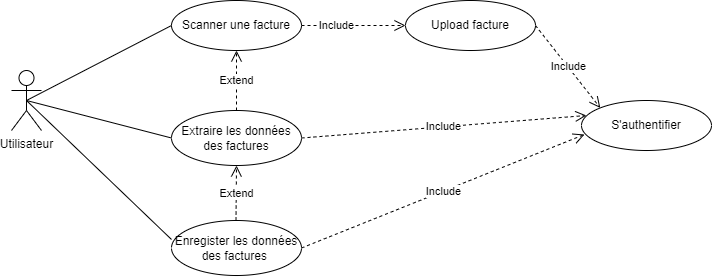
weda-mossab/PFE keeps this draw.io diagram as Conception/Sprint 3/usecase sprint 3.drawio.png. Above is the earlier version. Source tidied: cells renumbered, new cells last; positions are measured from the earlier drawing's top-left corner, leaving out a move shared by most shapes.
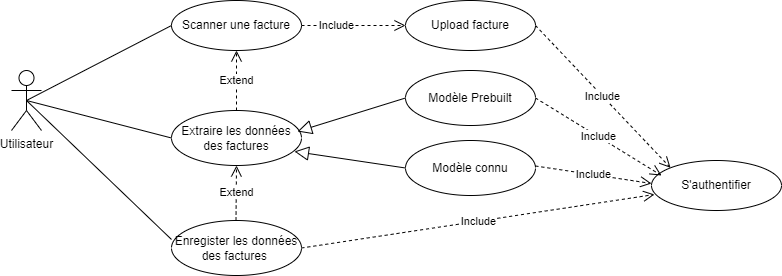
After the change.

The edit, as a diff of the source:
```diff
@@ -24,14 +24,11 @@
       <mxGeometry relative="1" as="geometry" />
     </mxCell>
     <mxCell id="9" value="S'authentifier" style="ellipse;whiteSpace=wrap;html=1;" parent="1" vertex="1">
-      <mxGeometry x="570" y="100" width="130" height="50" as="geometry" />
+      <mxGeometry x="640" y="160" width="130" height="50" as="geometry" />
     </mxCell>
     <mxCell id="10" value="Include" style="endArrow=open;endSize=9;dashed=1;html=1;rounded=0;endFill=0;entryX=0;entryY=0;entryDx=0;entryDy=0;exitX=1;exitY=0.5;exitDx=0;exitDy=0;startSize=1;" parent="1" edge="1" source="13" target="9">
       <mxGeometry relative="1" as="geometry" />
     </mxCell>
-    <mxCell id="11" value="Include" style="endArrow=open;endSize=9;dashed=1;html=1;rounded=0;endFill=0;exitX=1;exitY=0.5;exitDx=0;exitDy=0;entryX=0.038;entryY=0.3;entryDx=0;entryDy=0;entryPerimeter=0;startSize=1;" parent="1" edge="1" source="4" target="9">
-      <mxGeometry relative="1" as="geometry" />
-    </mxCell>
     <mxCell id="12" value="Include" style="endArrow=open;endSize=9;dashed=1;html=1;rounded=0;endFill=0;exitX=1;exitY=0.5;exitDx=0;exitDy=0;entryX=0.023;entryY=0.68;entryDx=0;entryDy=0;entryPerimeter=0;startSize=1;" parent="1" edge="1" source="5" target="9">
       <mxGeometry relative="1" as="geometry" />
     </mxCell>
@@ -52,5 +49,26 @@
         <mxPoint x="224.5" y="220" as="sourcePoint" />
       </mxGeometry>
     </mxCell>
+    <mxCell id="18" value="Modèle Prebuilt" style="ellipse;whiteSpace=wrap;html=1;" parent="1" vertex="1">
+      <mxGeometry x="394" y="70" width="130" height="55" as="geometry" />
+    </mxCell>
+    <mxCell id="19" value="Modèle connu" style="ellipse;whiteSpace=wrap;html=1;" parent="1" vertex="1">
+      <mxGeometry x="394" y="140" width="130" height="55" as="geometry" />
+    </mxCell>
+    <mxCell id="20" style="endArrow=block;endFill=0;endSize=12;html=1;rounded=0;entryX=0.969;entryY=0.382;entryDx=0;entryDy=0;exitX=0;exitY=0.5;exitDx=0;exitDy=0;entryPerimeter=0;" parent="1" edge="1" source="18" target="4">
+      <mxGeometry relative="1" as="geometry" />
+    </mxCell>
+    <mxCell id="21" style="endArrow=block;endFill=0;endSize=12;html=1;rounded=0;exitX=0;exitY=0.5;exitDx=0;exitDy=0;entryX=0.946;entryY=0.745;entryDx=0;entryDy=0;entryPerimeter=0;" parent="1" edge="1" source="19" target="4">
+      <mxGeometry relative="1" as="geometry" />
+    </mxCell>
+    <mxCell id="22" value="Include" style="endArrow=open;endSize=9;dashed=1;html=1;rounded=0;endFill=0;entryX=0.077;entryY=0.3;entryDx=0;entryDy=0;exitX=1;exitY=0.5;exitDx=0;exitDy=0;startSize=1;entryPerimeter=0;" parent="1" edge="1" source="18" target="9">
+      <mxGeometry relative="1" as="geometry" />
+    </mxCell>
+    <mxCell id="23" value="Include" style="endArrow=open;endSize=9;dashed=1;html=1;rounded=0;endFill=0;exitX=1;exitY=0.5;exitDx=0;exitDy=0;startSize=1;entryX=0;entryY=0.5;entryDx=0;entryDy=0;" parent="1" edge="1">
+      <mxGeometry relative="1" as="geometry">
+        <mxPoint x="524" y="165.5" as="sourcePoint" />
+        <mxPoint x="640" y="183" as="targetPoint" />
+      </mxGeometry>
+    </mxCell>
   </root>
 </mxGraphModel>
```
